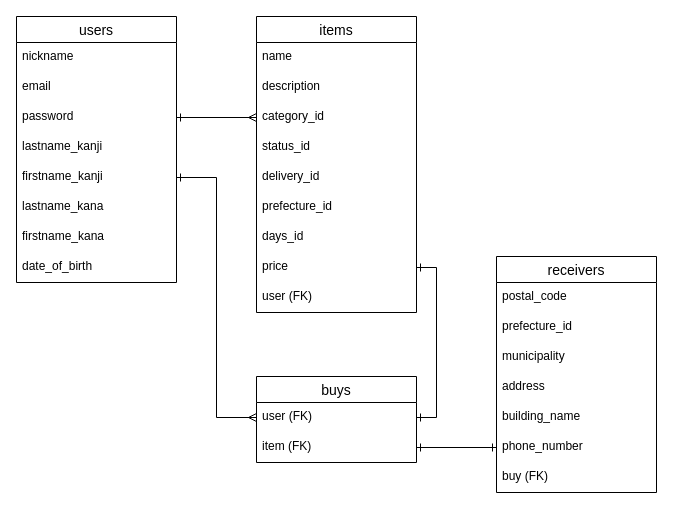
The draw.io diagram furima_er.dio in nina2728/furima-34709, before the edit. Source tidied: cells renumbered, new cells numbered last; positions are measured from the earlier drawing's top-left corner, leaving out a move shared by most shapes. Both pictures are drawn from the tidied source at 100%, with x=0, y=0 at pixel (16, 16).
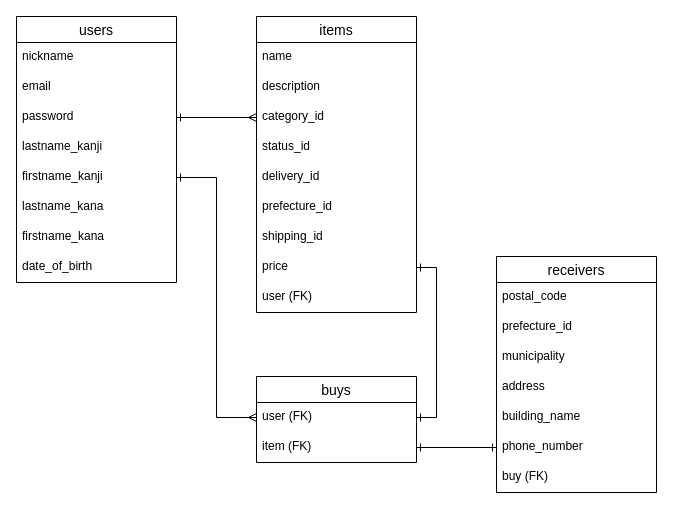
The same diagram, later.

Commit message (it also covers changes not shown here):
レビュー修正1

The change refers to these unchanged cells:
```xml
<mxCell id="11" value="items" style="swimlane;fontStyle=0;horizontal=1;startSize=26;align=center;fontSize=14;" parent="1" vertex="1">
  <mxGeometry x="240" width="160" height="296" as="geometry" />
</mxCell>
```

The edit, as a diff of the source:
```diff
@@
-    <mxCell id="18" value="days_id" style="text;strokeColor=none;fillColor=none;spacingLeft=4;spacingRight=4;overflow=hidden;fontSize=12;" parent="11" vertex="1">
+    <mxCell id="18" value="shipping_id" style="text;strokeColor=none;fillColor=none;spacingLeft=4;spacingRight=4;overflow=hidden;fontSize=12;" parent="11" vertex="1">
       <mxGeometry y="206" width="160" height="30" as="geometry" />
     </mxCell>
```
